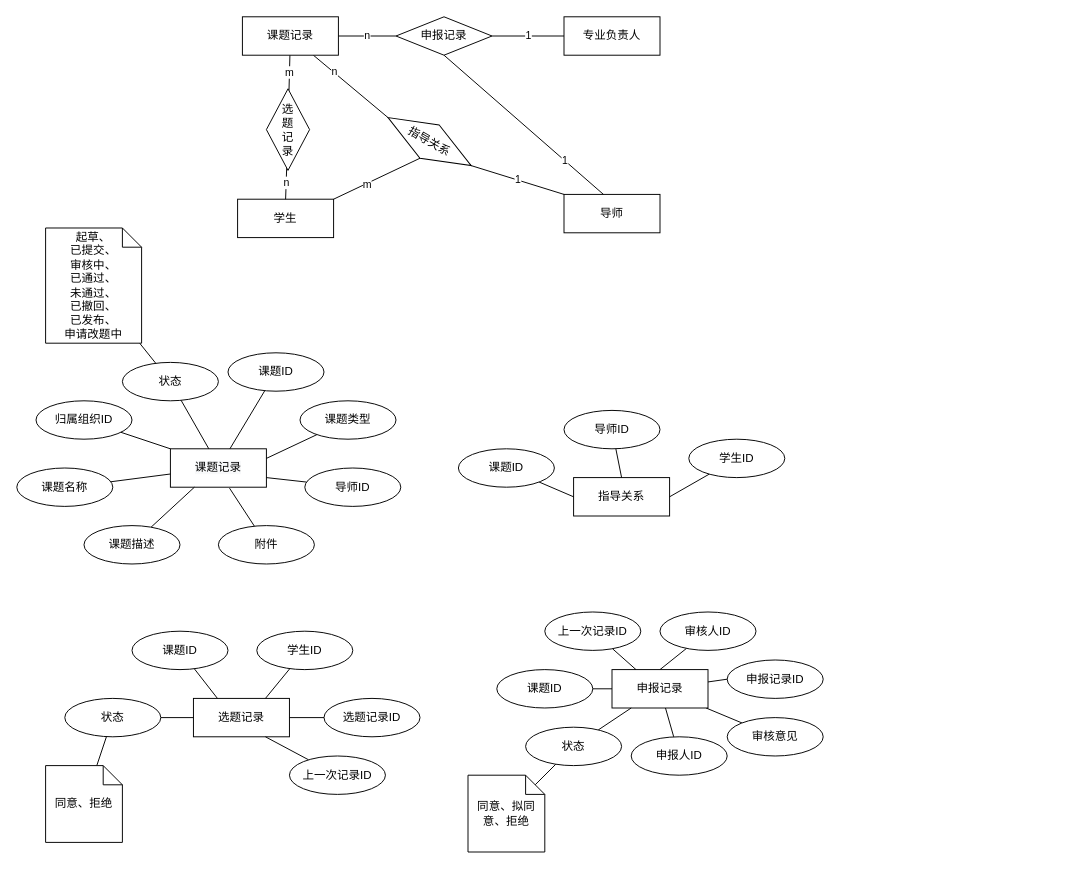
Above: page "课题服务" (3 of 5) of 毕设管理系统/ER模型图.drawio in FdfGithub/drawio (draw.io), before the change. Source tidied: cells renumbered, new cells numbered last; positions are measured from the earlier drawing's top-left corner, leaving out a move shared by most shapes. Both pictures are drawn from the tidied source at 96%, with x=0, y=0 at pixel (16, 16).
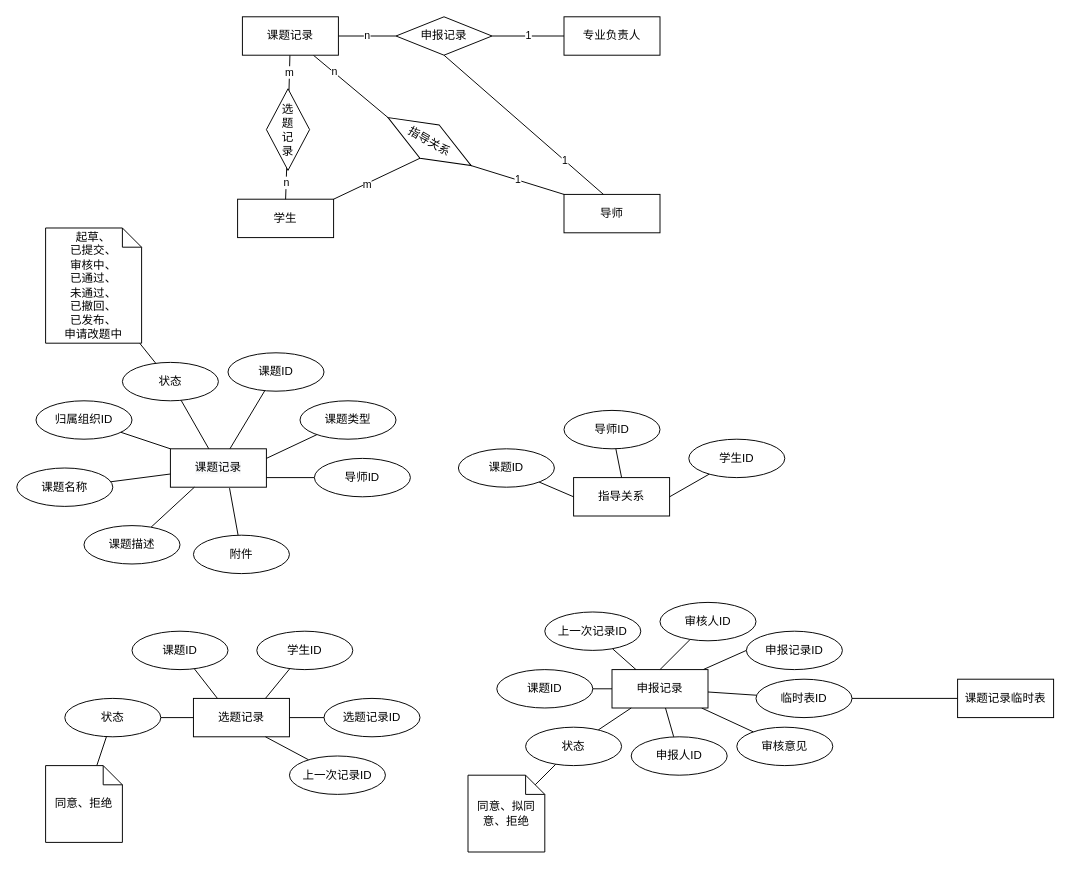
After the change.

The change refers to these unchanged cells:
```xml
<mxCell id="25" value="申报记录" style="whiteSpace=wrap;html=1;align=center;" parent="1" vertex="1">
  <mxGeometry x="620" y="680" width="100" height="40" as="geometry" />
</mxCell>
```

What changed in the source:
```diff
@@
+    <mxCell id="76" style="edgeStyle=none;rounded=0;jettySize=auto;html=1;endArrow=none;endFill=0;" parent="1" edge="1" source="25" target="79">
+      <mxGeometry relative="1" as="geometry" />
+    </mxCell>
@@
     <mxCell id="27" value="导师ID" style="ellipse;whiteSpace=wrap;html=1;align=center;" parent="1" vertex="1">
-      <mxGeometry x="300" y="470" width="100" height="40" as="geometry" />
+      <mxGeometry x="310" y="460" width="100" height="40" as="geometry" />
     </mxCell>
@@
     <mxCell id="29" value="审核人ID" style="ellipse;whiteSpace=wrap;html=1;align=center;" parent="1" vertex="1">
-      <mxGeometry x="670" y="620" width="100" height="40" as="geometry" />
+      <mxGeometry x="670" y="610" width="100" height="40" as="geometry" />
     </mxCell>
@@
     <mxCell id="31" value="附件" style="ellipse;whiteSpace=wrap;html=1;align=center;" parent="1" vertex="1">
-      <mxGeometry x="210" y="530" width="100" height="40" as="geometry" />
+      <mxGeometry x="184" y="540" width="100" height="40" as="geometry" />
     </mxCell>
@@
     <mxCell id="34" value="申报记录ID" style="ellipse;whiteSpace=wrap;html=1;align=center;" parent="1" vertex="1">
-      <mxGeometry x="740" y="670" width="100" height="40" as="geometry" />
+      <mxGeometry x="760" y="640" width="100" height="40" as="geometry" />
     </mxCell>
@@
     <mxCell id="68" value="审核意见" style="ellipse;whiteSpace=wrap;html=1;align=center;" parent="1" vertex="1">
-      <mxGeometry x="740" y="730" width="100" height="40" as="geometry" />
+      <mxGeometry x="750" y="740" width="100" height="40" as="geometry" />
     </mxCell>
@@
+    <mxCell id="77" value="课题记录临时表" style="whiteSpace=wrap;html=1;align=center;" parent="1" vertex="1">
+      <mxGeometry x="980" y="690" width="100" height="40" as="geometry" />
+    </mxCell>
+    <mxCell id="78" style="edgeStyle=none;rounded=0;jettySize=auto;html=1;endArrow=none;endFill=0;" parent="1" edge="1" source="79" target="77">
+      <mxGeometry relative="1" as="geometry" />
+    </mxCell>
+    <mxCell id="79" value="临时表ID" style="ellipse;whiteSpace=wrap;html=1;align=center;" parent="1" vertex="1">
+      <mxGeometry x="770" y="690" width="100" height="40" as="geometry" />
+    </mxCell>
```
